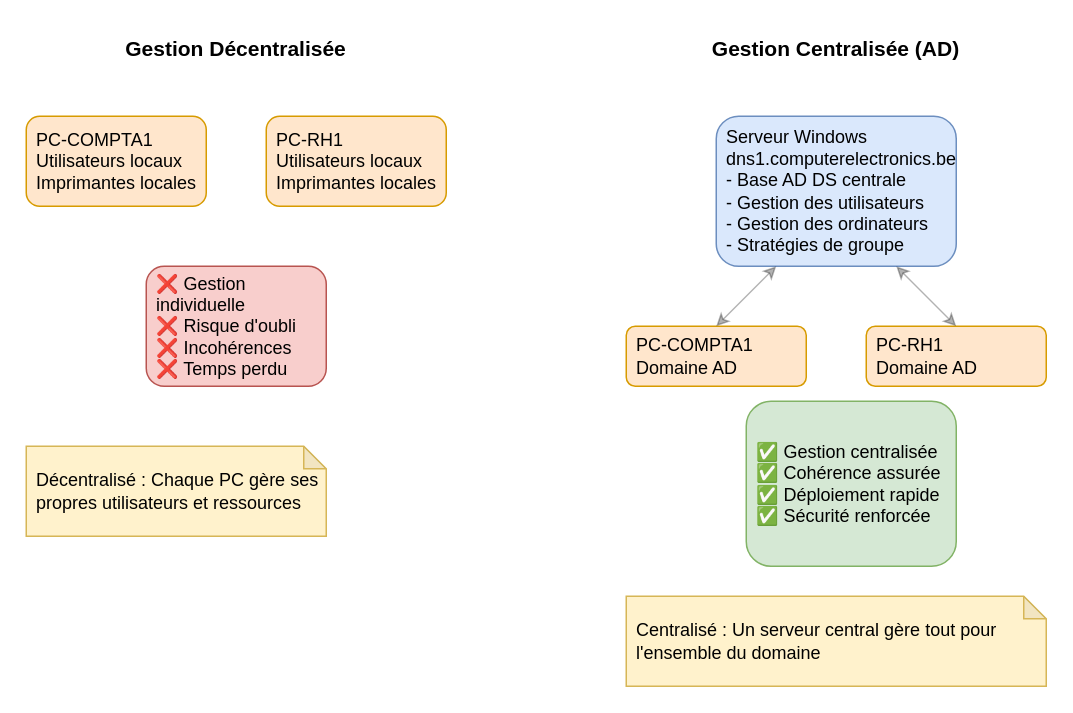
The draw.io diagram diagrams/comparaison_gestion.drawio in choquitofrito/ActiveDirectory, before the edit. Source tidied: cells renumbered, new cells numbered last; positions are measured from the earlier drawing's top-left corner, leaving out a move shared by most shapes. Both pictures are drawn from the tidied source at 150%, with x=0, y=0 at pixel (26, 26).
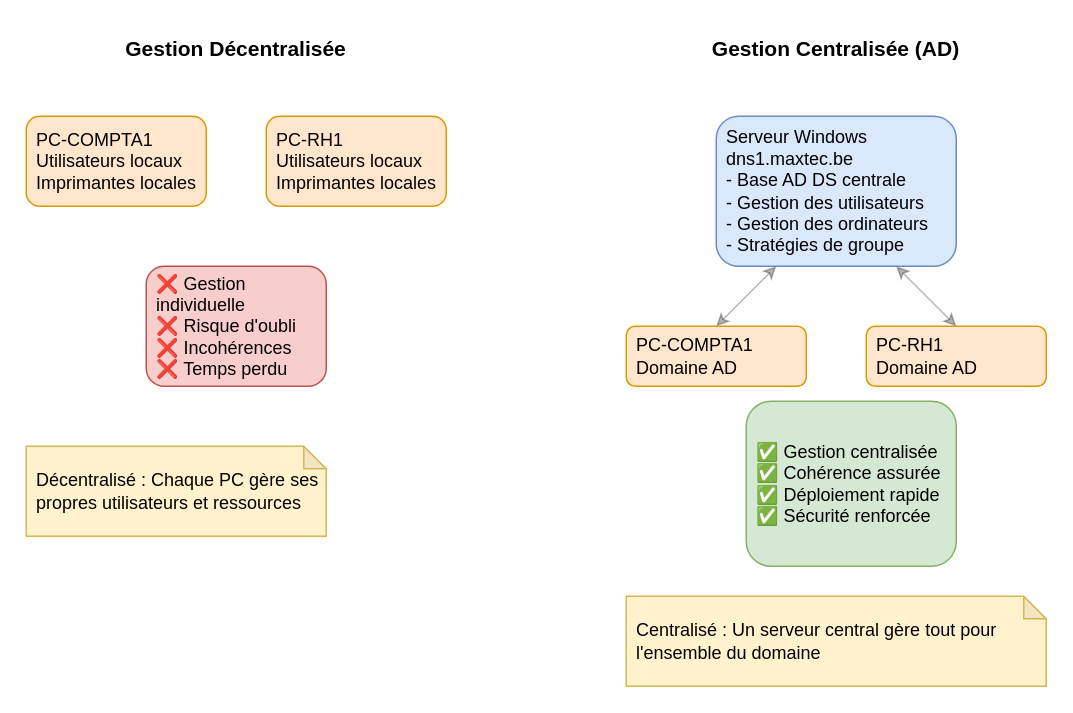
The same page after the edit.

Change to the diagram source:
```diff
@@
 <mxGraphModel>
   <root>
     <mxCell id="0" />
     <mxCell id="1" parent="0" />
     <mxCell id="2" value="Gestion Décentralisée" style="text;html=1;strokeColor=none;fillColor=none;align=center;verticalAlign=middle;whiteSpace=wrap;rounded=0;fontSize=14;fontStyle=1;" parent="1" vertex="1">
       <mxGeometry x="40" width="200" height="30" as="geometry" />
     </mxCell>
     <mxCell id="3" value="PC-COMPTA1&#10;Utilisateurs locaux&#10;Imprimantes locales" style="rounded=1;whiteSpace=wrap;html=1;fillColor=#ffe6cc;strokeColor=#d79b00;align=left;spacingLeft=5;" parent="1" vertex="1">
       <mxGeometry y="60" width="120" height="60" as="geometry" />
     </mxCell>
     <mxCell id="4" value="PC-RH1&#10;Utilisateurs locaux&#10;Imprimantes locales" style="rounded=1;whiteSpace=wrap;html=1;fillColor=#ffe6cc;strokeColor=#d79b00;align=left;spacingLeft=5;" parent="1" vertex="1">
       <mxGeometry x="160" y="60" width="120" height="60" as="geometry" />
     </mxCell>
     <mxCell id="5" value="❌ Gestion individuelle&#10;❌ Risque d'oubli&#10;❌ Incohérences&#10;❌ Temps perdu" style="rounded=1;whiteSpace=wrap;html=1;fillColor=#f8cecc;strokeColor=#b85450;align=left;spacingLeft=5;" parent="1" vertex="1">
       <mxGeometry x="80" y="160" width="120" height="80" as="geometry" />
     </mxCell>
     <mxCell id="6" value="Gestion Centralisée (AD)" style="text;html=1;strokeColor=none;fillColor=none;align=center;verticalAlign=middle;whiteSpace=wrap;rounded=0;fontSize=14;fontStyle=1;" parent="1" vertex="1">
       <mxGeometry x="440" width="200" height="30" as="geometry" />
     </mxCell>
-    <mxCell id="7" value="Serveur Windows&#10;dns1.computerelectronics.be&#10;- Base AD DS centrale&#10;- Gestion des utilisateurs&#10;- Gestion des ordinateurs&#10;- Stratégies de groupe" style="rounded=1;whiteSpace=wrap;html=1;fillColor=#dae8fc;strokeColor=#6c8ebf;align=left;spacingLeft=5;" parent="1" vertex="1">
+    <mxCell id="7" value="Serveur Windows&#10;dns1.maxtec.be&#10;- Base AD DS centrale&#10;- Gestion des utilisateurs&#10;- Gestion des ordinateurs&#10;- Stratégies de groupe" style="rounded=1;whiteSpace=wrap;html=1;fillColor=#dae8fc;strokeColor=#6c8ebf;align=left;spacingLeft=5;" parent="1" vertex="1">
       <mxGeometry x="460" y="60" width="160" height="100" as="geometry" />
     </mxCell>
     <mxCell id="8" value="PC-COMPTA1&#10;Domaine AD" style="rounded=1;whiteSpace=wrap;html=1;fillColor=#ffe6cc;strokeColor=#d79b00;align=left;spacingLeft=5;" parent="1" vertex="1">
       <mxGeometry x="400" y="200" width="120" height="40" as="geometry" />
     </mxCell>
     <mxCell id="9" value="PC-RH1&#10;Domaine AD" style="rounded=1;whiteSpace=wrap;html=1;fillColor=#ffe6cc;strokeColor=#d79b00;align=left;spacingLeft=5;" parent="1" vertex="1">
       <mxGeometry x="560" y="200" width="120" height="40" as="geometry" />
     </mxCell>
     <mxCell id="10" value="✅ Gestion centralisée&#10;✅ Cohérence assurée&#10;✅ Déploiement rapide&#10;✅ Sécurité renforcée" style="rounded=1;whiteSpace=wrap;html=1;fillColor=#d5e8d4;strokeColor=#82b366;align=left;spacingLeft=5;" parent="1" vertex="1">
       <mxGeometry x="480" y="250" width="140" height="110" as="geometry" />
     </mxCell>
     <mxCell id="11" style="endArrow=classic;startArrow=classic;html=1;rounded=0;exitX=0.5;exitY=0;exitDx=0;exitDy=0;entryX=0.25;entryY=1;entryDx=0;entryDy=0;opacity=30;" parent="1" edge="1" source="8" target="7">
       <mxGeometry relative="1" as="geometry" />
     </mxCell>
     <mxCell id="12" style="endArrow=classic;startArrow=classic;html=1;rounded=0;exitX=0.5;exitY=0;exitDx=0;exitDy=0;entryX=0.75;entryY=1;entryDx=0;entryDy=0;opacity=30;" parent="1" edge="1" source="9" target="7">
       <mxGeometry relative="1" as="geometry" />
     </mxCell>
     <mxCell id="13" value="Décentralisé : Chaque PC gère ses propres utilisateurs et ressources" style="shape=note;whiteSpace=wrap;html=1;backgroundOutline=1;darkOpacity=0.05;fillColor=#fff2cc;strokeColor=#d6b656;align=left;spacingLeft=5;size=15;" parent="1" vertex="1">
       <mxGeometry y="280" width="200" height="60" as="geometry" />
     </mxCell>
     <mxCell id="14" value="Centralisé : Un serveur central gère tout pour l'ensemble du domaine" style="shape=note;whiteSpace=wrap;html=1;backgroundOutline=1;darkOpacity=0.05;fillColor=#fff2cc;strokeColor=#d6b656;align=left;spacingLeft=5;size=15;" parent="1" vertex="1">
       <mxGeometry x="400" y="380" width="280" height="60" as="geometry" />
     </mxCell>
   </root>
 </mxGraphModel>
```
